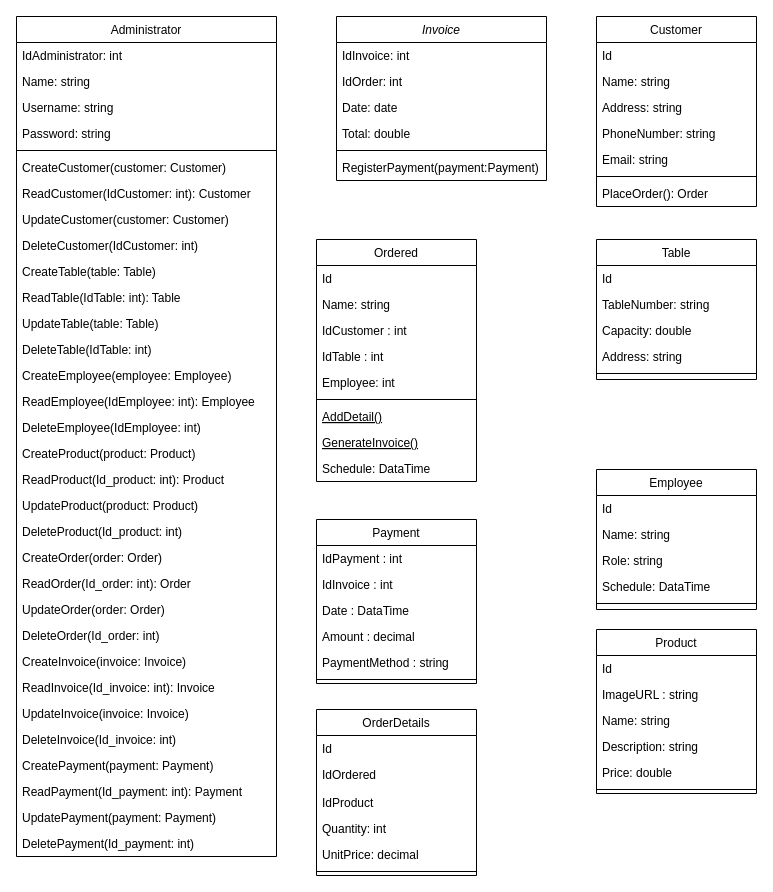
Above: page "CD" (1 of 3) of Documents/Diagrama sin título.drawio in KevinAlvarezD/RestAdmin (draw.io), before the change. Source tidied: cells renumbered, new cells numbered last; positions are measured from the earlier drawing's top-left corner, leaving out a move shared by most shapes. Both pictures are drawn from the tidied source at 100%, with x=0, y=0 at pixel (16, 16).
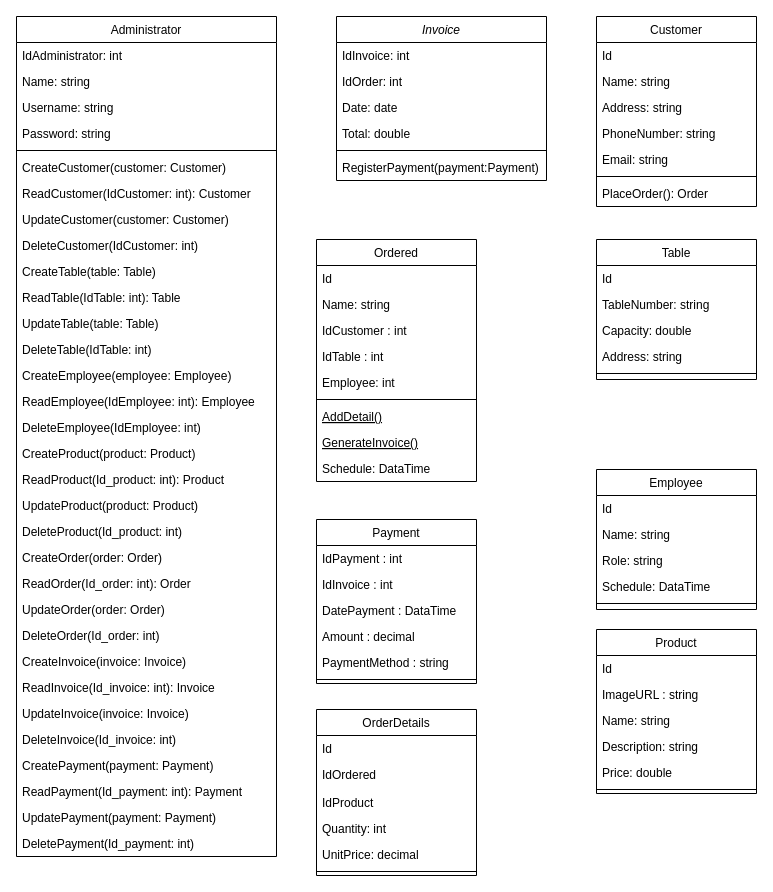
The same page after the edit.

Unchanged cells that the change refers to:
```xml
<mxCell id="46" value="Payment" style="swimlane;fontStyle=0;align=center;verticalAlign=top;horizontal=1;startSize=26;rounded=0;shadow=0;strokeWidth=1;" parent="1" vertex="1">
  <mxGeometry x="300" y="503" width="160" height="164" as="geometry" />
</mxCell>
```

The edit, as a diff of the source:
```diff
@@
-    <mxCell id="49" value="Date : DataTime" style="text;align=left;verticalAlign=top;spacingLeft=4;spacingRight=4;overflow=hidden;rounded=0;shadow=0;html=0;" parent="46" vertex="1">
+    <mxCell id="49" value="DatePayment : DataTime" style="text;align=left;verticalAlign=top;spacingLeft=4;spacingRight=4;overflow=hidden;rounded=0;shadow=0;html=0;" parent="46" vertex="1">
       <mxGeometry y="78" width="160" height="26" as="geometry" />
     </mxCell>
```
